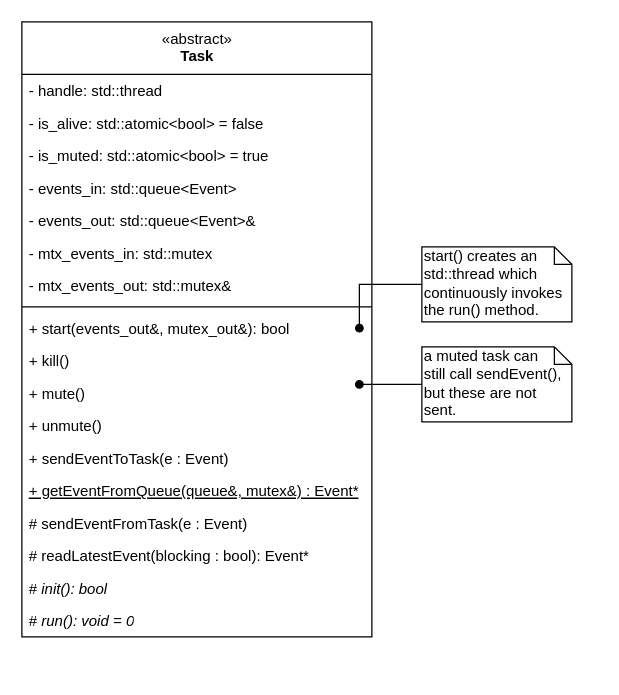
This is diagrams/task.drawio from LasseGoransson/ESD-E2020, a draw.io file, before an edit. Source tidied: cells renumbered, new cells numbered last; positions are measured from the earlier drawing's top-left corner, leaving out a move shared by most shapes. Both pictures are drawn from the tidied source at 125%, with x=0, y=0 at pixel (21, 21).
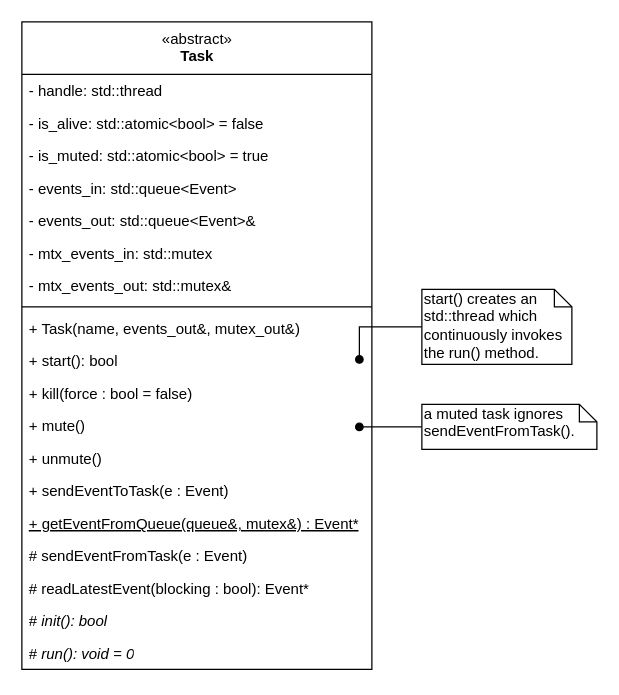
Above is the later version.

Commit message (it also covers changes not shown here):
Update Task + DisplayDriverTask and add simple overview

The edit, as a diff of the source:
```diff
@@
     <mxCell id="2" value="start() creates an std::thread which continuously invokes the run() method." style="shape=note;whiteSpace=wrap;html=1;size=14;verticalAlign=top;align=left;spacingTop=-6;" parent="1" vertex="1">
-      <mxGeometry x="320" y="180" width="120" height="60" as="geometry" />
+      <mxGeometry x="320" y="214" width="120" height="60" as="geometry" />
     </mxCell>
     <mxCell id="3" value="&lt;span style=&quot;font-weight: normal&quot;&gt;«abstract»&lt;br&gt;&lt;/span&gt;Task" style="swimlane;fontStyle=1;align=center;verticalAlign=top;horizontal=1;startSize=42;html=1;" parent="1" vertex="1">
-      <mxGeometry width="280" height="492" as="geometry" />
+      <mxGeometry width="280" height="518" as="geometry" />
     </mxCell>
@@
-    <mxCell id="12" value="+ start(events_out&amp;, mutex_out&amp;): bool" style="text;strokeColor=none;fillColor=none;align=left;verticalAlign=top;spacingLeft=4;spacingRight=4;overflow=hidden;" parent="3" vertex="1">
+    <mxCell id="12" value="+ Task(name, events_out&amp;, mutex_out&amp;)" style="text;strokeColor=none;fillColor=none;align=left;verticalAlign=top;spacingLeft=4;spacingRight=4;overflow=hidden;" parent="3" vertex="1">
       <mxGeometry y="232" width="280" height="26" as="geometry" />
     </mxCell>
+    <mxCell id="25" value="+ start(): bool" style="text;strokeColor=none;fillColor=none;align=left;verticalAlign=top;spacingLeft=4;spacingRight=4;overflow=hidden;" parent="3" vertex="1">
+      <mxGeometry y="258" width="280" height="26" as="geometry" />
+    </mxCell>
-    <mxCell id="13" value="+ kill()" style="text;strokeColor=none;fillColor=none;align=left;verticalAlign=top;spacingLeft=4;spacingRight=4;overflow=hidden;" parent="3" vertex="1">
-      <mxGeometry y="258" width="280" height="26" as="geometry" />
+    <mxCell id="13" value="+ kill(force : bool = false)" style="text;strokeColor=none;fillColor=none;align=left;verticalAlign=top;spacingLeft=4;spacingRight=4;overflow=hidden;" parent="3" vertex="1">
+      <mxGeometry y="284" width="280" height="26" as="geometry" />
     </mxCell>
     <mxCell id="14" value="+ mute()" style="text;strokeColor=none;fillColor=none;align=left;verticalAlign=top;spacingLeft=4;spacingRight=4;overflow=hidden;" parent="3" vertex="1">
-      <mxGeometry y="284" width="280" height="26" as="geometry" />
+      <mxGeometry y="310" width="280" height="26" as="geometry" />
     </mxCell>
     <mxCell id="15" value="+ unmute()" style="text;strokeColor=none;fillColor=none;align=left;verticalAlign=top;spacingLeft=4;spacingRight=4;overflow=hidden;" parent="3" vertex="1">
-      <mxGeometry y="310" width="280" height="26" as="geometry" />
+      <mxGeometry y="336" width="280" height="26" as="geometry" />
     </mxCell>
     <mxCell id="16" value="+ sendEventToTask(e : Event)" style="text;strokeColor=none;fillColor=none;align=left;verticalAlign=top;spacingLeft=4;spacingRight=4;overflow=hidden;" parent="3" vertex="1">
-      <mxGeometry y="336" width="280" height="26" as="geometry" />
+      <mxGeometry y="362" width="280" height="26" as="geometry" />
     </mxCell>
     <mxCell id="17" value="+ getEventFromQueue(queue&amp;, mutex&amp;) : Event*" style="text;strokeColor=none;fillColor=none;align=left;verticalAlign=top;spacingLeft=4;spacingRight=4;overflow=hidden;fontStyle=4;" parent="3" vertex="1">
-      <mxGeometry y="362" width="280" height="26" as="geometry" />
+      <mxGeometry y="388" width="280" height="26" as="geometry" />
     </mxCell>
     <mxCell id="18" value="# sendEventFromTask(e : Event)" style="text;strokeColor=none;fillColor=none;align=left;verticalAlign=top;spacingLeft=4;spacingRight=4;overflow=hidden;" parent="3" vertex="1">
-      <mxGeometry y="388" width="280" height="26" as="geometry" />
+      <mxGeometry y="414" width="280" height="26" as="geometry" />
     </mxCell>
     <mxCell id="19" value="# readLatestEvent(blocking : bool): Event*" style="text;strokeColor=none;fillColor=none;align=left;verticalAlign=top;spacingLeft=4;spacingRight=4;overflow=hidden;" parent="3" vertex="1">
-      <mxGeometry y="414" width="280" height="26" as="geometry" />
+      <mxGeometry y="440" width="280" height="26" as="geometry" />
     </mxCell>
     <mxCell id="20" value="&lt;span style=&quot;font-style: normal&quot;&gt;#&lt;/span&gt; init(): bool" style="text;strokeColor=none;fillColor=none;align=left;verticalAlign=top;spacingLeft=4;spacingRight=4;overflow=hidden;fontStyle=2;html=1;" parent="3" vertex="1">
-      <mxGeometry y="440" width="280" height="26" as="geometry" />
+      <mxGeometry y="466" width="280" height="26" as="geometry" />
     </mxCell>
     <mxCell id="21" value="&lt;span style=&quot;font-style: normal&quot;&gt;#&lt;/span&gt; run(): void = 0" style="text;strokeColor=none;fillColor=none;align=left;verticalAlign=top;spacingLeft=4;spacingRight=4;overflow=hidden;fontStyle=2;html=1;" parent="3" vertex="1">
-      <mxGeometry y="466" width="280" height="26" as="geometry" />
+      <mxGeometry y="492" width="280" height="26" as="geometry" />
     </mxCell>
     <mxCell id="22" style="edgeStyle=orthogonalEdgeStyle;rounded=0;jettySize=auto;html=1;endArrow=oval;endFill=1;" parent="1" edge="1" source="2">
       <mxGeometry relative="1" as="geometry">
-        <mxPoint x="270" y="245" as="targetPoint" />
+        <mxPoint x="270" y="270" as="targetPoint" />
         <Array as="points">
-          <mxPoint x="270" y="210" />
+          <mxPoint x="270" y="244" />
         </Array>
       </mxGeometry>
     </mxCell>
-    <mxCell id="23" value="a muted task can&lt;br&gt;still call sendEvent(),&lt;br&gt;but these are not sent." style="shape=note;whiteSpace=wrap;html=1;size=14;verticalAlign=top;align=left;spacingTop=-6;" parent="1" vertex="1">
-      <mxGeometry x="320" y="260" width="120" height="60" as="geometry" />
+    <mxCell id="23" value="a muted task ignores&lt;br&gt;&lt;span&gt;sendEventFromTask&lt;/span&gt;()." style="shape=note;whiteSpace=wrap;html=1;size=14;verticalAlign=top;align=left;spacingTop=-6;" parent="1" vertex="1">
+      <mxGeometry x="320" y="306" width="140" height="36" as="geometry" />
     </mxCell>
     <mxCell id="24" style="edgeStyle=orthogonalEdgeStyle;rounded=0;jettySize=auto;html=1;endArrow=oval;endFill=1;" parent="1" edge="1" source="23">
       <mxGeometry relative="1" as="geometry">
-        <mxPoint x="270" y="290" as="targetPoint" />
+        <mxPoint x="270" y="324" as="targetPoint" />
       </mxGeometry>
     </mxCell>
```
